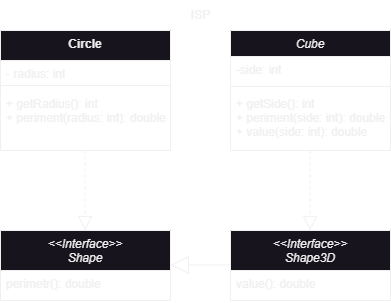
Before: hw03/ISP/ISP.png, a diagram exported from draw.io (PavelVolchenko/SoftwareArchitecture). Source tidied: cells renumbered, new cells last; positions are measured from the earlier drawing's top-left corner, leaving out a move shared by most shapes.
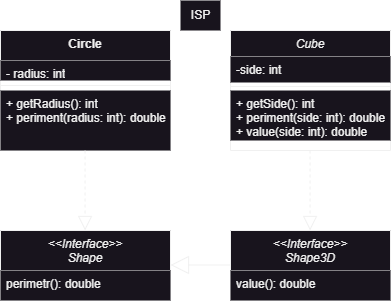
The same file after the commit.

Diff of the diagram source:
```diff
@@ -2,58 +2,58 @@
   <root>
     <mxCell id="0" />
     <mxCell id="1" parent="0" />
-    <mxCell id="2" value="Cube" style="swimlane;fontStyle=2;align=center;verticalAlign=top;horizontal=1;startSize=26;rounded=0;shadow=0;strokeWidth=1;" parent="1" vertex="1">
+    <mxCell id="2" value="Cube" style="swimlane;fontStyle=2;align=center;verticalAlign=top;horizontal=1;startSize=26;rounded=0;shadow=0;strokeWidth=1;fillColor=#18141D;" parent="1" vertex="1">
       <mxGeometry x="230" y="30" width="160" height="120" as="geometry" />
     </mxCell>
-    <mxCell id="3" value="-side: int" style="text;align=left;verticalAlign=top;spacingLeft=4;spacingRight=4;overflow=hidden;" parent="2" vertex="1">
+    <mxCell id="3" value="-side: int" style="text;align=left;verticalAlign=top;spacingLeft=4;spacingRight=4;overflow=hidden;fillColor=#18141D;" parent="2" vertex="1">
       <mxGeometry y="26" width="160" height="26" as="geometry" />
     </mxCell>
-    <mxCell id="4" style="line;html=1;strokeWidth=1;align=left;verticalAlign=middle;spacingTop=-1;spacingLeft=3;spacingRight=3;labelPosition=right;" parent="2" vertex="1">
+    <mxCell id="4" style="line;html=1;strokeWidth=1;align=left;verticalAlign=middle;spacingTop=-1;spacingLeft=3;spacingRight=3;labelPosition=right;fillColor=#18141D;" parent="2" vertex="1">
       <mxGeometry y="52" width="160" height="8" as="geometry" />
     </mxCell>
-    <mxCell id="5" value="+ getSide(): int&#10;+ periment(side: int): double&#10;+ value(side: int): double&#10;" style="text;align=left;verticalAlign=top;spacingLeft=4;spacingRight=4;overflow=hidden;" parent="2" vertex="1">
+    <mxCell id="5" value="+ getSide(): int&#10;+ periment(side: int): double&#10;+ value(side: int): double&#10;" style="text;align=left;verticalAlign=top;spacingLeft=4;spacingRight=4;overflow=hidden;fillColor=#18141D;" parent="2" vertex="1">
       <mxGeometry y="60" width="160" height="50" as="geometry" />
     </mxCell>
-    <mxCell id="6" value="&lt;&lt;Interface&gt;&gt;&#10;Shape" style="swimlane;fontStyle=2;align=center;verticalAlign=top;horizontal=1;startSize=40;rounded=0;shadow=0;strokeWidth=1;" parent="1" vertex="1">
+    <mxCell id="6" value="&lt;&lt;Interface&gt;&gt;&#10;Shape" style="swimlane;fontStyle=2;align=center;verticalAlign=top;horizontal=1;startSize=40;rounded=0;shadow=0;strokeWidth=1;fillColor=#18141D;" parent="1" vertex="1">
       <mxGeometry y="230" width="170" height="70" as="geometry" />
     </mxCell>
-    <mxCell id="7" value="perimetr(): double" style="text;align=left;verticalAlign=top;spacingLeft=4;spacingRight=4;overflow=hidden;" parent="6" vertex="1">
+    <mxCell id="7" value="perimetr(): double" style="text;align=left;verticalAlign=top;spacingLeft=4;spacingRight=4;overflow=hidden;fillColor=#18141D;" parent="6" vertex="1">
       <mxGeometry y="40" width="170" height="30" as="geometry" />
     </mxCell>
-    <mxCell id="8" value="Circle" style="swimlane;fontStyle=1;align=center;verticalAlign=top;horizontal=1;startSize=30;whiteSpace=wrap;html=1;swimlaneLine=1;strokeColor=default;fillColor=default;gradientColor=none;swimlaneFillColor=none;rounded=0;glass=0;shadow=0;swimlaneHead=1;swimlaneBody=1;" parent="1" vertex="1">
+    <mxCell id="8" value="Circle" style="swimlane;fontStyle=1;align=center;verticalAlign=top;horizontal=1;startSize=30;whiteSpace=wrap;html=1;swimlaneLine=1;strokeColor=default;fillColor=#18141D;gradientColor=none;swimlaneFillColor=none;rounded=0;glass=0;shadow=0;swimlaneHead=1;swimlaneBody=1;" parent="1" vertex="1">
       <mxGeometry y="30" width="170" height="120" as="geometry" />
     </mxCell>
-    <mxCell id="9" value="- radius: int" style="text;strokeColor=none;fillColor=none;align=left;verticalAlign=top;spacingLeft=4;spacingRight=4;overflow=hidden;whiteSpace=wrap;html=1;" parent="8" vertex="1">
+    <mxCell id="9" value="- radius: int" style="text;strokeColor=none;fillColor=#18141D;align=left;verticalAlign=top;spacingLeft=4;spacingRight=4;overflow=hidden;whiteSpace=wrap;html=1;" parent="8" vertex="1">
       <mxGeometry y="30" width="170" height="20" as="geometry" />
     </mxCell>
-    <mxCell id="10" style="line;strokeWidth=1;fillColor=none;align=left;verticalAlign=middle;spacingTop=-1;spacingLeft=3;spacingRight=3;labelPosition=right;strokeColor=inherit;" parent="8" vertex="1">
+    <mxCell id="10" style="line;strokeWidth=1;fillColor=#18141D;align=left;verticalAlign=middle;spacingTop=-1;spacingLeft=3;spacingRight=3;labelPosition=right;strokeColor=inherit;" parent="8" vertex="1">
       <mxGeometry y="50" width="170" height="10" as="geometry" />
     </mxCell>
-    <mxCell id="11" value="+ getRadius(): int&lt;br&gt;+ periment(radius: int): double" style="text;strokeColor=none;fillColor=none;align=left;verticalAlign=top;spacingLeft=4;spacingRight=4;overflow=hidden;whiteSpace=wrap;html=1;" parent="8" vertex="1">
+    <mxCell id="11" value="+ getRadius(): int&lt;br&gt;+ periment(radius: int): double" style="text;strokeColor=none;fillColor=#18141D;align=left;verticalAlign=top;spacingLeft=4;spacingRight=4;overflow=hidden;whiteSpace=wrap;html=1;" parent="8" vertex="1">
       <mxGeometry y="60" width="170" height="60" as="geometry" />
     </mxCell>
-    <mxCell id="12" value="ISP" style="text;html=1;align=center;verticalAlign=middle;strokeColor=none;fillColor=none;" parent="1" vertex="1">
+    <mxCell id="12" value="ISP" style="text;html=1;align=center;verticalAlign=middle;strokeColor=none;fillColor=#18141D;" parent="1" vertex="1">
       <mxGeometry x="180" width="40" height="30" as="geometry" />
     </mxCell>
-    <mxCell id="13" style="endArrow=block;dashed=1;endFill=0;endSize=12;html=1;rounded=0;" parent="1" edge="1">
+    <mxCell id="13" style="endArrow=block;dashed=1;endFill=0;endSize=12;html=1;rounded=0;fillColor=#18141D;" parent="1" edge="1">
       <mxGeometry relative="1" as="geometry">
         <mxPoint x="84.6" y="150" as="sourcePoint" />
         <mxPoint x="84.6" y="230" as="targetPoint" />
       </mxGeometry>
     </mxCell>
-    <mxCell id="14" value="&lt;&lt;Interface&gt;&gt;&#10;Shape3D" style="swimlane;fontStyle=2;align=center;verticalAlign=top;horizontal=1;startSize=40;rounded=0;shadow=0;strokeWidth=1;" parent="1" vertex="1">
+    <mxCell id="14" value="&lt;&lt;Interface&gt;&gt;&#10;Shape3D" style="swimlane;fontStyle=2;align=center;verticalAlign=top;horizontal=1;startSize=40;rounded=0;shadow=0;strokeWidth=1;fillColor=#18141D;" parent="1" vertex="1">
       <mxGeometry x="230" y="230" width="160" height="70" as="geometry" />
     </mxCell>
-    <mxCell id="15" value="value(): double" style="text;align=left;verticalAlign=top;spacingLeft=4;spacingRight=4;overflow=hidden;" parent="14" vertex="1">
+    <mxCell id="15" value="value(): double" style="text;align=left;verticalAlign=top;spacingLeft=4;spacingRight=4;overflow=hidden;fillColor=#18141D;" parent="14" vertex="1">
       <mxGeometry y="40" width="160" height="30" as="geometry" />
     </mxCell>
-    <mxCell id="16" style="endArrow=block;dashed=1;endFill=0;endSize=12;html=1;rounded=0;" parent="1" edge="1">
+    <mxCell id="16" style="endArrow=block;dashed=1;endFill=0;endSize=12;html=1;rounded=0;fillColor=#18141D;" parent="1" edge="1">
       <mxGeometry relative="1" as="geometry">
         <mxPoint x="309.6" y="150" as="sourcePoint" />
         <mxPoint x="309.6" y="230" as="targetPoint" />
       </mxGeometry>
     </mxCell>
-    <mxCell id="17" style="endArrow=block;endSize=16;endFill=0;html=1;rounded=0;" parent="1" edge="1">
+    <mxCell id="17" style="endArrow=block;endSize=16;endFill=0;html=1;rounded=0;fillColor=#18141D;" parent="1" edge="1">
       <mxGeometry relative="1" as="geometry">
         <mxPoint x="230" y="264.5" as="sourcePoint" />
         <mxPoint x="170" y="264.5" as="targetPoint" />
```
